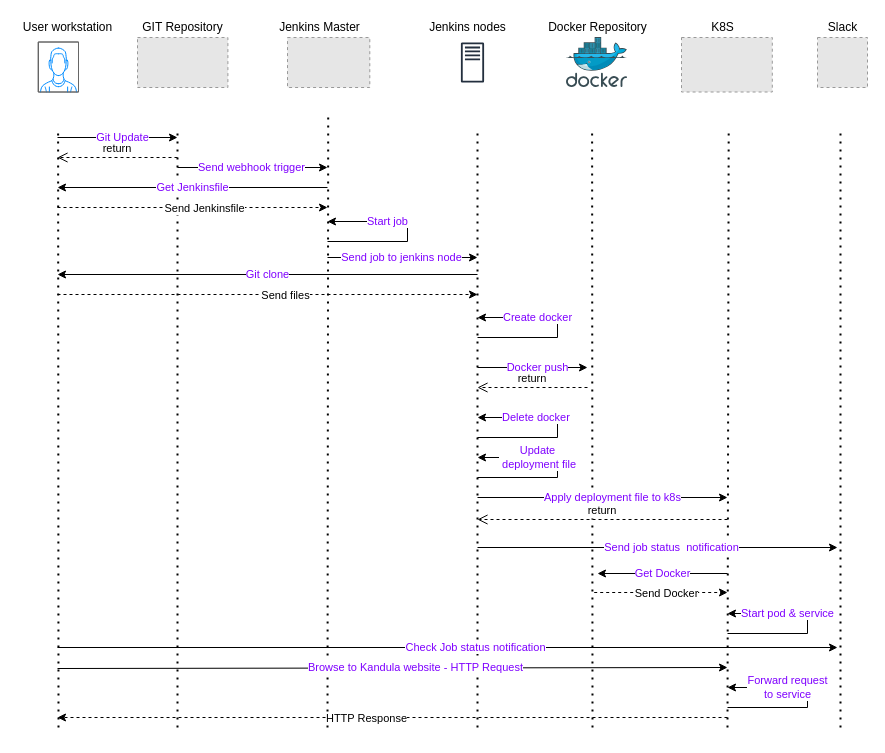
The draw.io diagram page "CI\CD flow" (2 of 7) of Mid-project-flow-chars.drawio in dzbeda/opsschool-mid-project, before the edit. Source tidied: cells renumbered, new cells numbered last; positions are measured from the earlier drawing's top-left corner, leaving out a move shared by most shapes. Both pictures are drawn from the tidied source at 100%, with x=0, y=0 at pixel (17, 17). Pictures stored in the file or linked from it are replaced by grey dashed boxes.
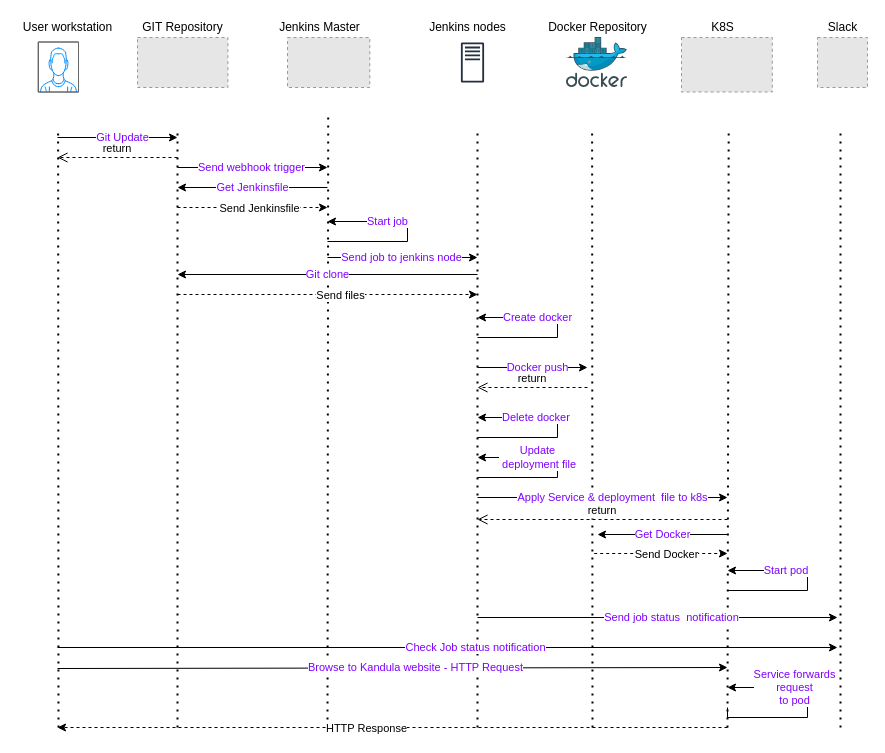
Above is the later version.

The change refers to these unchanged cells:
```xml
<mxCell id="41" style="endArrow=classic;html=1;rounded=0;" parent="1" edge="1">
  <mxGeometry relative="1" as="geometry">
    <mxPoint x="460" y="480" as="sourcePoint" />
    <mxPoint x="710" y="480" as="targetPoint" />
  </mxGeometry>
</mxCell>
```

Diff of the diagram source:
```diff
@@
     <mxCell id="25" value="Git clone" style="endArrow=classic;html=1;rounded=0;fontColor=#7F00FF;" parent="1" edge="1">
       <mxGeometry relative="1" as="geometry">
         <mxPoint x="460" y="257" as="sourcePoint" />
-        <mxPoint x="40" y="257" as="targetPoint" />
+        <mxPoint x="160" y="257" as="targetPoint" />
       </mxGeometry>
     </mxCell>
     <mxCell id="26" style="endArrow=classic;html=1;rounded=0;dashed=1;" parent="1" edge="1">
       <mxGeometry relative="1" as="geometry">
-        <mxPoint x="40" y="277" as="sourcePoint" />
+        <mxPoint x="160" y="277" as="sourcePoint" />
         <mxPoint x="460" y="277" as="targetPoint" />
       </mxGeometry>
     </mxCell>
@@
     <mxCell id="28" value="Get Jenkinsfile" style="endArrow=classic;html=1;rounded=0;fontColor=#7F00FF;" parent="1" edge="1">
       <mxGeometry relative="1" as="geometry">
         <mxPoint x="310" y="170" as="sourcePoint" />
-        <mxPoint x="40" y="170" as="targetPoint" />
+        <mxPoint x="160" y="170" as="targetPoint" />
       </mxGeometry>
     </mxCell>
     <mxCell id="29" style="endArrow=classic;html=1;rounded=0;dashed=1;" parent="1" edge="1">
       <mxGeometry relative="1" as="geometry">
-        <mxPoint x="40" y="190" as="sourcePoint" />
+        <mxPoint x="160" y="190" as="sourcePoint" />
         <mxPoint x="310" y="190" as="targetPoint" />
       </mxGeometry>
     </mxCell>
@@
-    <mxCell id="42" value="Apply deployment file to k8s" style="edgeLabel;html=1;align=center;verticalAlign=middle;fontColor=#7F00FF;" parent="41" vertex="1">
+    <mxCell id="42" value="Apply Service &amp;amp; deployment&amp;nbsp; file to k8s" style="edgeLabel;html=1;align=center;verticalAlign=middle;fontColor=#7F00FF;" parent="41" vertex="1">
       <mxGeometry x="0.07" y="1" relative="1" as="geometry" />
     </mxCell>
     <mxCell id="43" style="endArrow=classic;html=1;rounded=0;" parent="1" edge="1">
       <mxGeometry relative="1" as="geometry">
-        <mxPoint x="460" y="530" as="sourcePoint" />
-        <mxPoint x="820" y="530" as="targetPoint" />
+        <mxPoint x="460" y="600" as="sourcePoint" />
+        <mxPoint x="820" y="600" as="targetPoint" />
       </mxGeometry>
     </mxCell>
@@
     <mxCell id="49" value="Get Docker" style="endArrow=classic;html=1;rounded=0;fontColor=#7F00FF;" parent="1" edge="1">
       <mxGeometry relative="1" as="geometry">
-        <mxPoint x="710" y="556" as="sourcePoint" />
-        <mxPoint x="580" y="556" as="targetPoint" />
+        <mxPoint x="710" y="517" as="sourcePoint" />
+        <mxPoint x="580" y="517" as="targetPoint" />
       </mxGeometry>
     </mxCell>
     <mxCell id="50" style="endArrow=classic;html=1;rounded=0;dashed=1;" parent="1" edge="1">
       <mxGeometry relative="1" as="geometry">
-        <mxPoint x="576.7" y="575" as="sourcePoint" />
-        <mxPoint x="710" y="575" as="targetPoint" />
+        <mxPoint x="576.7" y="536" as="sourcePoint" />
+        <mxPoint x="710" y="536" as="targetPoint" />
       </mxGeometry>
     </mxCell>
@@
     <mxCell id="52" style="edgeStyle=segmentEdgeStyle;endArrow=classic;html=1;rounded=0;" parent="1" edge="1">
       <mxGeometry relative="1" as="geometry">
-        <mxPoint x="710" y="616" as="sourcePoint" />
-        <mxPoint x="710" y="596" as="targetPoint" />
+        <mxPoint x="710" y="573" as="sourcePoint" />
+        <mxPoint x="710" y="553" as="targetPoint" />
         <Array as="points">
-          <mxPoint x="790" y="616" />
-          <mxPoint x="790" y="596" />
+          <mxPoint x="790" y="573" />
+          <mxPoint x="790" y="553" />
         </Array>
       </mxGeometry>
     </mxCell>
-    <mxCell id="53" value="Start pod &amp;amp; service" style="edgeLabel;html=1;align=center;verticalAlign=middle;fontColor=#7F00FF;" parent="52" vertex="1">
+    <mxCell id="53" value="Start pod&amp;nbsp;" style="edgeLabel;html=1;align=center;verticalAlign=middle;fontColor=#7F00FF;" parent="52" vertex="1">
       <mxGeometry x="0.34" y="-1" relative="1" as="geometry" />
     </mxCell>
     <mxCell id="54" style="edgeStyle=segmentEdgeStyle;endArrow=classic;html=1;rounded=0;" parent="1" edge="1">
       <mxGeometry relative="1" as="geometry">
         <mxPoint x="710" y="690" as="sourcePoint" />
         <mxPoint x="710" y="670" as="targetPoint" />
         <Array as="points">
-          <mxPoint x="790" y="690" />
+          <mxPoint x="710" y="700" />
+          <mxPoint x="790" y="700" />
           <mxPoint x="790" y="670" />
         </Array>
       </mxGeometry>
     </mxCell>
-    <mxCell id="55" value="Forward request &lt;br&gt;to service" style="edgeLabel;html=1;align=center;verticalAlign=middle;fontColor=#7F00FF;" parent="54" vertex="1">
+    <mxCell id="55" value="Service forwards &lt;br&gt;request &lt;br&gt;to pod" style="edgeLabel;html=1;align=center;verticalAlign=middle;fontColor=#7F00FF;" parent="54" vertex="1">
       <mxGeometry x="0.34" y="-1" relative="1" as="geometry" />
     </mxCell>
     <mxCell id="56" style="endArrow=classic;html=1;rounded=0;dashed=1;" parent="1" edge="1">
       <mxGeometry relative="1" as="geometry">
-        <mxPoint x="710" y="700" as="sourcePoint" />
-        <mxPoint x="40" y="700" as="targetPoint" />
+        <mxPoint x="710" y="710" as="sourcePoint" />
+        <mxPoint x="40" y="710" as="targetPoint" />
       </mxGeometry>
     </mxCell>
```
